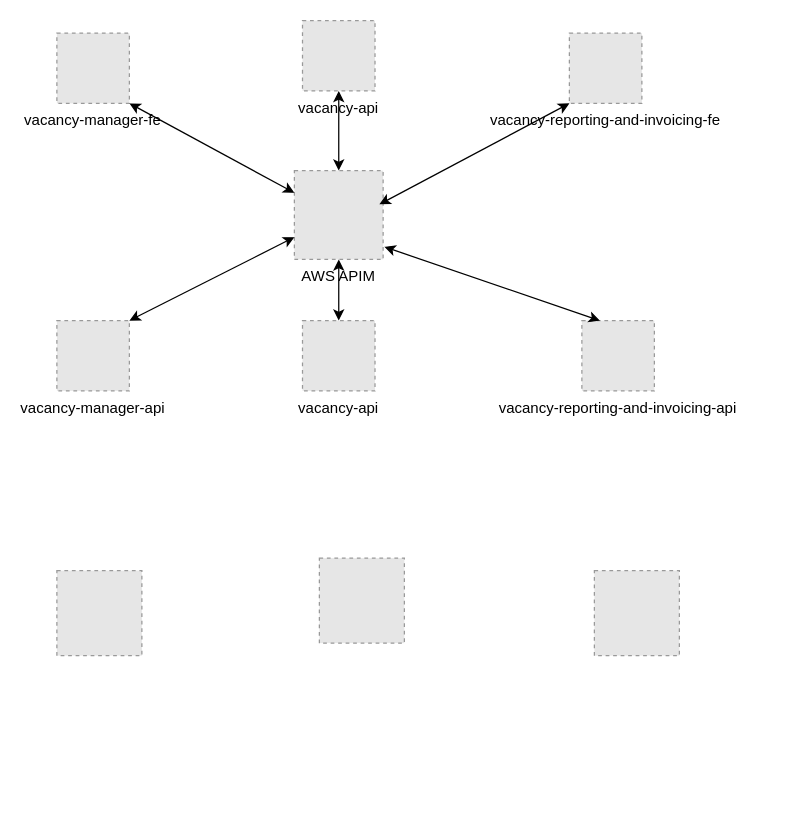
The draw.io diagram design/deployment_architecture.drawio in peguses/education, before the edit. Source tidied: cells renumbered, new cells numbered last; positions are measured from the earlier drawing's top-left corner, leaving out a move shared by most shapes. Both pictures are drawn from the tidied source at 125%, with x=0, y=0 at pixel (56, 20). Pictures stored in the file or linked from it are replaced by grey dashed boxes.
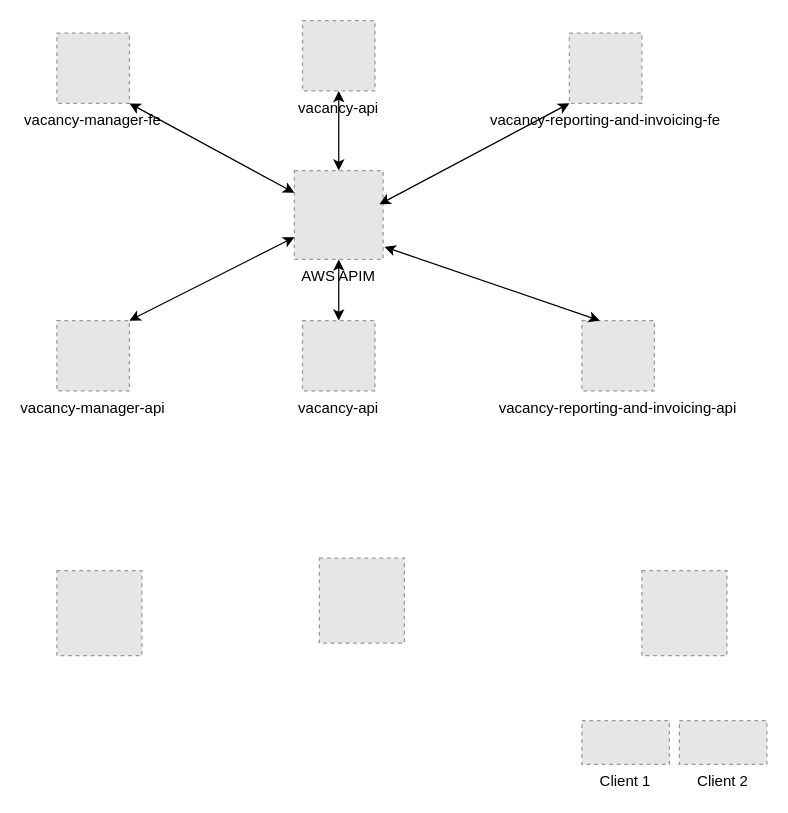
The same page after the edit.

Change to the diagram source:
```diff
@@
 <mxGraphModel>
   <root>
     <mxCell id="0" />
     <mxCell id="1" parent="0" />
     <mxCell id="2" value="vacancy-manager-api" style="fillColor=#E6E6E6;strokeColor=#999999;dashed=1;verticalLabelPosition=bottom;labelBackgroundColor=default;verticalAlign=top;" parent="1" vertex="1">
       <mxGeometry y="240" width="58" height="56.2" as="geometry" />
     </mxCell>
     <mxCell id="3" value="AWS APIM" style="fillColor=#E6E6E6;strokeColor=#999999;dashed=1;verticalLabelPosition=bottom;labelBackgroundColor=default;verticalAlign=top;" parent="1" vertex="1">
       <mxGeometry x="190" y="120" width="71" height="71" as="geometry" />
     </mxCell>
     <mxCell id="4" value="vacancy-manager-fe" style="fillColor=#E6E6E6;strokeColor=#999999;dashed=1;verticalLabelPosition=bottom;labelBackgroundColor=default;verticalAlign=top;" parent="1" vertex="1">
       <mxGeometry y="10" width="58" height="56.2" as="geometry" />
     </mxCell>
     <mxCell id="5" style="endArrow=classic;startArrow=classic;html=1;rounded=0;exitX=1;exitY=0;exitDx=0;exitDy=0;entryX=0;entryY=0.75;entryDx=0;entryDy=0;" parent="1" edge="1" source="2" target="3">
       <mxGeometry relative="1" as="geometry" />
     </mxCell>
     <mxCell id="6" style="endArrow=classic;startArrow=classic;html=1;rounded=0;exitX=1;exitY=1;exitDx=0;exitDy=0;entryX=0;entryY=0.25;entryDx=0;entryDy=0;" parent="1" edge="1" source="4" target="3">
       <mxGeometry relative="1" as="geometry" />
     </mxCell>
     <mxCell id="7" value="vacancy-api" style="fillColor=#E6E6E6;strokeColor=#999999;dashed=1;verticalLabelPosition=bottom;labelBackgroundColor=default;verticalAlign=top;" parent="1" vertex="1">
       <mxGeometry x="196.5" y="240" width="58" height="56.2" as="geometry" />
     </mxCell>
     <mxCell id="8" value="vacancy-api" style="fillColor=#E6E6E6;strokeColor=#999999;dashed=1;verticalLabelPosition=bottom;labelBackgroundColor=default;verticalAlign=top;" parent="1" vertex="1">
       <mxGeometry x="196.5" width="58" height="56.2" as="geometry" />
     </mxCell>
     <mxCell id="9" style="endArrow=classic;startArrow=classic;html=1;rounded=0;entryX=0.5;entryY=1;entryDx=0;entryDy=0;" parent="1" edge="1" source="7" target="3">
       <mxGeometry relative="1" as="geometry" />
     </mxCell>
     <mxCell id="10" style="endArrow=classic;startArrow=classic;html=1;rounded=0;" parent="1" edge="1" source="3" target="8">
       <mxGeometry relative="1" as="geometry" />
     </mxCell>
     <mxCell id="11" value="vacancy-reporting-and-invoicing-api" style="fillColor=#E6E6E6;strokeColor=#999999;dashed=1;verticalLabelPosition=bottom;labelBackgroundColor=default;verticalAlign=top;" parent="1" vertex="1">
       <mxGeometry x="420" y="240" width="58" height="56.2" as="geometry" />
     </mxCell>
     <mxCell id="12" value="vacancy-reporting-and-invoicing-fe" style="fillColor=#E6E6E6;strokeColor=#999999;dashed=1;verticalLabelPosition=bottom;labelBackgroundColor=default;verticalAlign=top;" parent="1" vertex="1">
       <mxGeometry x="410" y="10" width="58" height="56.2" as="geometry" />
     </mxCell>
     <mxCell id="13" style="endArrow=classic;startArrow=classic;html=1;rounded=0;entryX=1.014;entryY=0.859;entryDx=0;entryDy=0;entryPerimeter=0;exitX=0.25;exitY=0;exitDx=0;exitDy=0;" parent="1" edge="1" source="11" target="3">
       <mxGeometry relative="1" as="geometry" />
     </mxCell>
     <mxCell id="14" style="endArrow=classic;startArrow=classic;html=1;rounded=0;entryX=0.958;entryY=0.38;entryDx=0;entryDy=0;entryPerimeter=0;exitX=0;exitY=1;exitDx=0;exitDy=0;" parent="1" edge="1" source="12" target="3">
       <mxGeometry relative="1" as="geometry" />
     </mxCell>
     <mxCell id="15" style="fillColor=#E6E6E6;strokeColor=#999999;dashed=1;verticalLabelPosition=bottom;labelBackgroundColor=default;verticalAlign=top;" parent="1" vertex="1">
       <mxGeometry y="440" width="68" height="68" as="geometry" />
     </mxCell>
     <mxCell id="16" style="fillColor=#E6E6E6;strokeColor=#999999;dashed=1;verticalLabelPosition=bottom;labelBackgroundColor=default;verticalAlign=top;" parent="1" vertex="1">
       <mxGeometry x="210" y="430" width="68" height="68" as="geometry" />
     </mxCell>
     <mxCell id="17" style="fillColor=#E6E6E6;strokeColor=#999999;dashed=1;verticalLabelPosition=bottom;labelBackgroundColor=default;verticalAlign=top;" parent="1" vertex="1">
-      <mxGeometry x="430" y="440" width="68" height="68" as="geometry" />
+      <mxGeometry x="468" y="440" width="68" height="68" as="geometry" />
     </mxCell>
+    <mxCell id="18" value="Client 1" style="fillColor=#E6E6E6;strokeColor=#999999;dashed=1;verticalLabelPosition=bottom;labelBackgroundColor=default;verticalAlign=top;" parent="1" vertex="1">
+      <mxGeometry x="420" y="560" width="70" height="34.9" as="geometry" />
+    </mxCell>
+    <mxCell id="19" value="Client 2" style="fillColor=#E6E6E6;strokeColor=#999999;dashed=1;verticalLabelPosition=bottom;labelBackgroundColor=default;verticalAlign=top;" parent="1" vertex="1">
+      <mxGeometry x="498" y="560" width="70" height="34.9" as="geometry" />
+    </mxCell>
   </root>
 </mxGraphModel>
```
